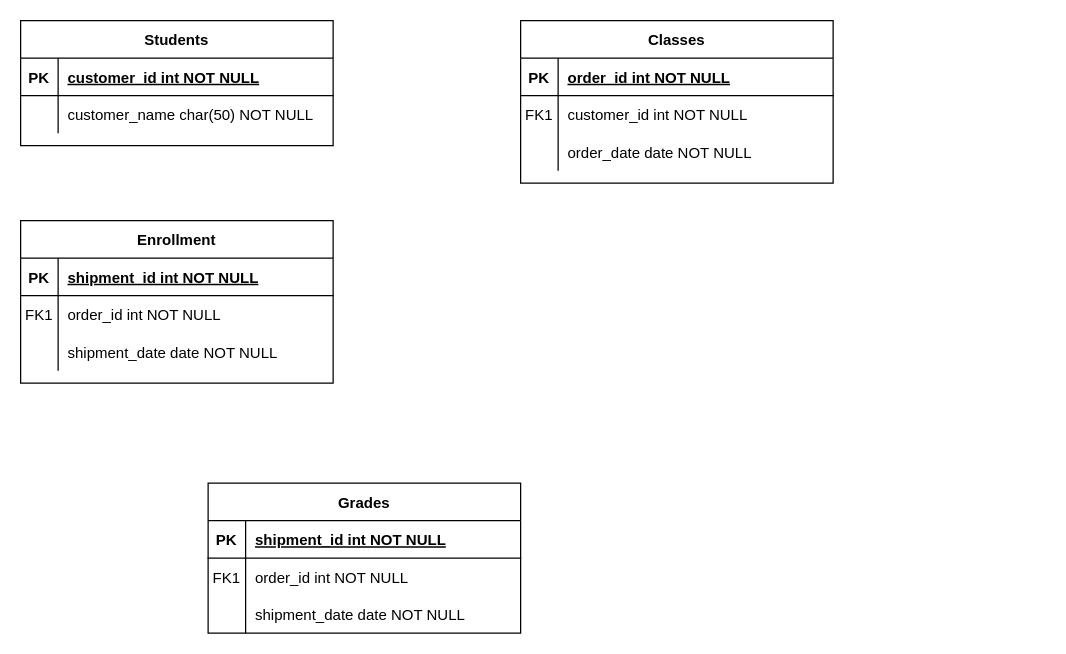
This is QA_Project_ERD.drawio from Christian-Sav/DevOps-Core-Fundamental-Projec, a draw.io file, before an edit. Source tidied: cells renumbered, new cells numbered last; positions are measured from the earlier drawing's top-left corner, leaving out a move shared by most shapes. Both pictures are drawn from the tidied source at 125%, with x=0, y=0 at pixel (20, 20).
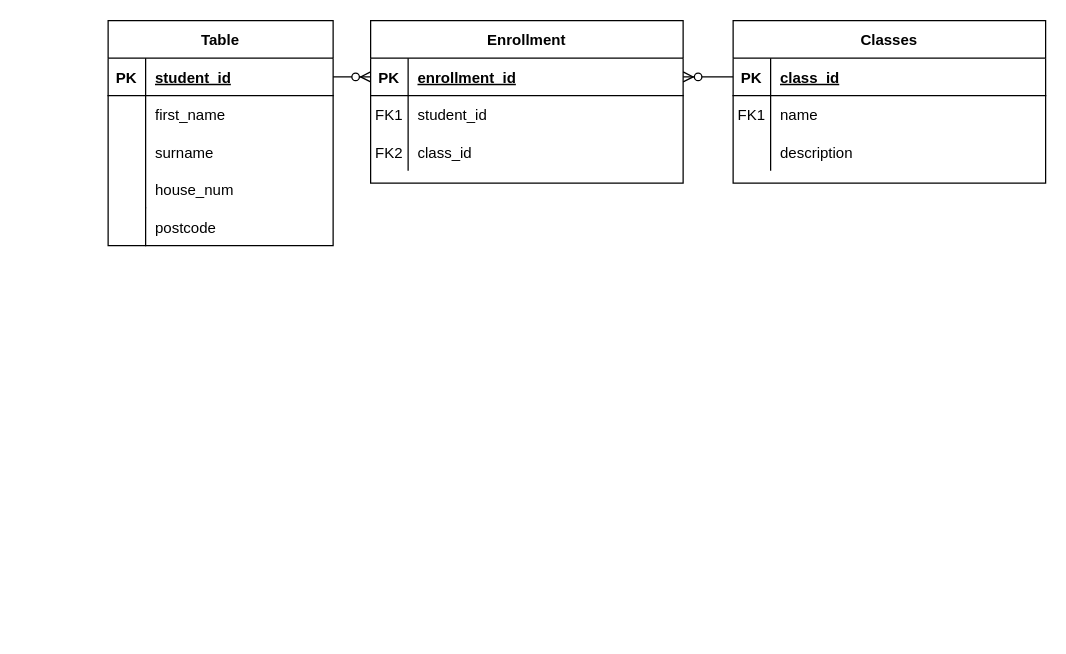
The same diagram, later.

Unchanged cells that the change refers to:
```xml
<mxCell id="3" style="shape=partialRectangle;fillColor=none;points=[[0,0.5],[1,0.5]];portConstraint=eastwest;top=0;left=0;right=0;bottom=1;" parent="2" vertex="1">
  <mxGeometry y="30" width="250" height="30" as="geometry" />
</mxCell>
<mxCell id="6" style="shape=partialRectangle;fillColor=none;top=0;left=0;right=0;bottom=0;" parent="2" vertex="1">
  <mxGeometry y="60" width="250" height="30" as="geometry" />
</mxCell>
<mxCell id="9" style="shape=partialRectangle;fillColor=none;top=0;left=0;right=0;bottom=0;" parent="2" vertex="1">
  <mxGeometry y="90" width="250" height="30" as="geometry" />
</mxCell>
<mxCell id="13" style="shape=partialRectangle;fillColor=none;points=[[0,0.5],[1,0.5]];portConstraint=eastwest;top=0;left=0;right=0;bottom=1;" parent="12" vertex="1">
  <mxGeometry y="30" width="250" height="30" as="geometry" />
</mxCell>
<mxCell id="16" style="shape=partialRectangle;fillColor=none;top=0;left=0;right=0;bottom=0;" parent="12" vertex="1">
  <mxGeometry y="60" width="250" height="30" as="geometry" />
</mxCell>
<mxCell id="19" style="shape=partialRectangle;fillColor=none;top=0;left=0;right=0;bottom=0;" parent="12" vertex="1">
  <mxGeometry y="90" width="250" height="30" as="geometry" />
</mxCell>
```

Change to the diagram source:
```diff
@@
     <mxCell id="2" value="Classes" style="shape=table;startSize=30;childLayout=tableLayout;rowLines=0;fontStyle=1;align=center;" parent="1" vertex="1">
-      <mxGeometry x="400" width="250" height="130" as="geometry" />
+      <mxGeometry x="570" width="250" height="130" as="geometry" />
     </mxCell>
@@
-    <mxCell id="5" value="order_id int NOT NULL " style="shape=partialRectangle;overflow=hidden;fillColor=none;top=0;left=0;bottom=0;right=0;align=left;spacingLeft=6;fontStyle=5;" parent="3" vertex="1">
+    <mxCell id="5" value="class_id" style="shape=partialRectangle;overflow=hidden;fillColor=none;top=0;left=0;bottom=0;right=0;align=left;spacingLeft=6;fontStyle=5;" parent="3" vertex="1">
       <mxGeometry x="30" width="220" height="30" as="geometry" />
     </mxCell>
@@
-    <mxCell id="8" value="customer_id int NOT NULL" style="shape=partialRectangle;overflow=hidden;fillColor=none;top=0;left=0;bottom=0;right=0;align=left;spacingLeft=6;" parent="6" vertex="1">
+    <mxCell id="8" value="name" style="shape=partialRectangle;overflow=hidden;fillColor=none;top=0;left=0;bottom=0;right=0;align=left;spacingLeft=6;" parent="6" vertex="1">
       <mxGeometry x="30" width="220" height="30" as="geometry" />
     </mxCell>
@@
-    <mxCell id="11" value="order_date date NOT NULL" style="shape=partialRectangle;overflow=hidden;fillColor=none;top=0;left=0;bottom=0;right=0;align=left;spacingLeft=6;" parent="9" vertex="1">
+    <mxCell id="11" value="description" style="shape=partialRectangle;overflow=hidden;fillColor=none;top=0;left=0;bottom=0;right=0;align=left;spacingLeft=6;" parent="9" vertex="1">
       <mxGeometry x="30" width="220" height="30" as="geometry" />
     </mxCell>
     <mxCell id="12" value="Enrollment" style="shape=table;startSize=30;childLayout=tableLayout;rowLines=0;fontStyle=1;align=center;" parent="1" vertex="1">
-      <mxGeometry y="160" width="250" height="130" as="geometry" />
+      <mxGeometry x="280" width="250" height="130" as="geometry" />
     </mxCell>
@@
-    <mxCell id="15" value="shipment_id int NOT NULL " style="shape=partialRectangle;overflow=hidden;fillColor=none;top=0;left=0;bottom=0;right=0;align=left;spacingLeft=6;fontStyle=5;" parent="13" vertex="1">
+    <mxCell id="15" value="enrollment_id" style="shape=partialRectangle;overflow=hidden;fillColor=none;top=0;left=0;bottom=0;right=0;align=left;spacingLeft=6;fontStyle=5;" parent="13" vertex="1">
       <mxGeometry x="30" width="220" height="30" as="geometry" />
     </mxCell>
@@
-    <mxCell id="18" value="order_id int NOT NULL" style="shape=partialRectangle;overflow=hidden;fillColor=none;top=0;left=0;bottom=0;right=0;align=left;spacingLeft=6;" parent="16" vertex="1">
+    <mxCell id="18" value="student_id" style="shape=partialRectangle;overflow=hidden;fillColor=none;top=0;left=0;bottom=0;right=0;align=left;spacingLeft=6;" parent="16" vertex="1">
       <mxGeometry x="30" width="220" height="30" as="geometry" />
     </mxCell>
@@
-    <mxCell id="20" style="shape=partialRectangle;overflow=hidden;fillColor=none;top=0;left=0;bottom=0;right=0;" parent="19" vertex="1">
+    <mxCell id="20" value="FK2" style="shape=partialRectangle;overflow=hidden;fillColor=none;top=0;left=0;bottom=0;right=0;" parent="19" vertex="1">
       <mxGeometry width="30" height="30" as="geometry" />
     </mxCell>
-    <mxCell id="21" value="shipment_date date NOT NULL" style="shape=partialRectangle;overflow=hidden;fillColor=none;top=0;left=0;bottom=0;right=0;align=left;spacingLeft=6;" parent="19" vertex="1">
+    <mxCell id="21" value="class_id" style="shape=partialRectangle;overflow=hidden;fillColor=none;top=0;left=0;bottom=0;right=0;align=left;spacingLeft=6;" parent="19" vertex="1">
       <mxGeometry x="30" width="220" height="30" as="geometry" />
     </mxCell>
-    <mxCell id="22" value="Students" style="shape=table;startSize=30;childLayout=tableLayout;rowLines=0;fontStyle=1;align=center;" parent="1" vertex="1">
-      <mxGeometry width="250" height="100" as="geometry" />
-    </mxCell>
-    <mxCell id="23" style="shape=partialRectangle;fillColor=none;top=0;left=0;right=0;bottom=1;" parent="22" vertex="1">
-      <mxGeometry y="30" width="250" height="30" as="geometry" />
-    </mxCell>
-    <mxCell id="24" value="PK" style="shape=partialRectangle;overflow=hidden;fillColor=none;top=0;left=0;bottom=0;right=0;fontStyle=1;" parent="23" vertex="1">
-      <mxGeometry width="30" height="30" as="geometry" />
-    </mxCell>
-    <mxCell id="25" value="customer_id int NOT NULL " style="shape=partialRectangle;overflow=hidden;fillColor=none;top=0;left=0;bottom=0;right=0;align=left;spacingLeft=6;fontStyle=5;" parent="23" vertex="1">
-      <mxGeometry x="30" width="220" height="30" as="geometry" />
-    </mxCell>
-    <mxCell id="26" style="shape=partialRectangle;fillColor=none;top=0;left=0;right=0;bottom=0;" parent="22" vertex="1">
-      <mxGeometry y="60" width="250" height="30" as="geometry" />
-    </mxCell>
-    <mxCell id="27" style="shape=partialRectangle;overflow=hidden;fillColor=none;top=0;left=0;bottom=0;right=0;" parent="26" vertex="1">
-      <mxGeometry width="30" height="30" as="geometry" />
-    </mxCell>
-    <mxCell id="28" value="customer_name char(50) NOT NULL" style="shape=partialRectangle;overflow=hidden;fillColor=none;top=0;left=0;bottom=0;right=0;align=left;spacingLeft=6;" parent="26" vertex="1">
-      <mxGeometry x="30" width="220" height="30" as="geometry" />
-    </mxCell>
-    <mxCell id="29" value="Grades" style="shape=table;startSize=30;childLayout=tableLayout;rowLines=0;fontStyle=1;align=center;" parent="1" vertex="1">
-      <mxGeometry x="150" y="370" width="250" height="120" as="geometry" />
-    </mxCell>
-    <mxCell id="30" style="shape=partialRectangle;fillColor=none;top=0;left=0;right=0;bottom=1;" parent="29" vertex="1">
-      <mxGeometry y="30" width="250" height="30" as="geometry" />
-    </mxCell>
-    <mxCell id="31" value="PK" style="shape=partialRectangle;overflow=hidden;fillColor=none;top=0;left=0;bottom=0;right=0;fontStyle=1;" parent="30" vertex="1">
-      <mxGeometry width="30" height="30" as="geometry" />
-    </mxCell>
-    <mxCell id="32" value="shipment_id int NOT NULL " style="shape=partialRectangle;overflow=hidden;fillColor=none;top=0;left=0;bottom=0;right=0;align=left;spacingLeft=6;fontStyle=5;" parent="30" vertex="1">
-      <mxGeometry x="30" width="220" height="30" as="geometry" />
-    </mxCell>
-    <mxCell id="33" style="shape=partialRectangle;fillColor=none;top=0;left=0;right=0;bottom=0;" parent="29" vertex="1">
-      <mxGeometry y="60" width="250" height="30" as="geometry" />
-    </mxCell>
-    <mxCell id="34" value="FK1" style="shape=partialRectangle;overflow=hidden;fillColor=none;top=0;left=0;bottom=0;right=0;" parent="33" vertex="1">
-      <mxGeometry width="30" height="30" as="geometry" />
-    </mxCell>
-    <mxCell id="35" value="order_id int NOT NULL" style="shape=partialRectangle;overflow=hidden;fillColor=none;top=0;left=0;bottom=0;right=0;align=left;spacingLeft=6;" parent="33" vertex="1">
-      <mxGeometry x="30" width="220" height="30" as="geometry" />
-    </mxCell>
-    <mxCell id="36" style="shape=partialRectangle;fillColor=none;top=0;left=0;right=0;bottom=0;" parent="29" vertex="1">
-      <mxGeometry y="90" width="250" height="30" as="geometry" />
-    </mxCell>
-    <mxCell id="37" style="shape=partialRectangle;overflow=hidden;fillColor=none;top=0;left=0;bottom=0;right=0;" parent="36" vertex="1">
-      <mxGeometry width="30" height="30" as="geometry" />
-    </mxCell>
-    <mxCell id="38" value="shipment_date date NOT NULL" style="shape=partialRectangle;overflow=hidden;fillColor=none;top=0;left=0;bottom=0;right=0;align=left;spacingLeft=6;" parent="36" vertex="1">
-      <mxGeometry x="30" width="220" height="30" as="geometry" />
-    </mxCell>
+    <mxCell id="39" style="shape=partialRectangle;overflow=hidden;fillColor=none;top=0;left=0;bottom=0;right=0;" parent="1" vertex="1">
+      <mxGeometry y="100" width="30" height="40" as="geometry" />
+    </mxCell>
+    <mxCell id="40" style="edgeStyle=entityRelationEdgeStyle;fontSize=12;html=1;endArrow=ERzeroToMany;endFill=1;rounded=0;exitX=1;exitY=0.5;exitDx=0;exitDy=0;entryX=0;entryY=0.5;entryDx=0;entryDy=0;" parent="1" edge="1" source="43" target="13">
+      <mxGeometry relative="1" as="geometry" />
+    </mxCell>
+    <mxCell id="41" style="edgeStyle=entityRelationEdgeStyle;fontSize=12;html=1;endArrow=ERzeroToMany;endFill=1;rounded=0;exitX=0;exitY=0.5;exitDx=0;exitDy=0;entryX=1;entryY=0.5;entryDx=0;entryDy=0;" parent="1" edge="1" source="3" target="13">
+      <mxGeometry relative="1" as="geometry" />
+    </mxCell>
+    <mxCell id="42" value="Table" style="shape=table;startSize=30;childLayout=tableLayout;rowLines=0;fontStyle=1;align=center;" parent="1" vertex="1">
+      <mxGeometry x="70" width="180" height="180" as="geometry" />
+    </mxCell>
+    <mxCell id="43" style="shape=tableRow;horizontal=0;startSize=0;swimlaneHead=0;swimlaneBody=0;fillColor=none;points=[[0,0.5],[1,0.5]];portConstraint=eastwest;top=0;left=0;right=0;bottom=1;" parent="42" vertex="1">
+      <mxGeometry y="30" width="180" height="30" as="geometry" />
+    </mxCell>
+    <mxCell id="44" value="PK" style="shape=partialRectangle;fillColor=none;top=0;left=0;bottom=0;right=0;fontStyle=1;overflow=hidden;" parent="43" vertex="1">
+      <mxGeometry width="30" height="30" as="geometry" />
+    </mxCell>
+    <mxCell id="45" value="student_id" style="shape=partialRectangle;fillColor=none;top=0;left=0;bottom=0;right=0;align=left;spacingLeft=6;fontStyle=5;overflow=hidden;" parent="43" vertex="1">
+      <mxGeometry x="30" width="150" height="30" as="geometry" />
+    </mxCell>
+    <mxCell id="46" style="shape=tableRow;horizontal=0;startSize=0;swimlaneHead=0;swimlaneBody=0;fillColor=none;top=0;left=0;right=0;bottom=0;" parent="42" vertex="1">
+      <mxGeometry y="60" width="180" height="30" as="geometry" />
+    </mxCell>
+    <mxCell id="47" style="shape=partialRectangle;fillColor=none;top=0;left=0;bottom=0;right=0;overflow=hidden;" parent="46" vertex="1">
+      <mxGeometry width="30" height="30" as="geometry" />
+    </mxCell>
+    <mxCell id="48" value="first_name" style="shape=partialRectangle;fillColor=none;top=0;left=0;bottom=0;right=0;align=left;spacingLeft=6;overflow=hidden;" parent="46" vertex="1">
+      <mxGeometry x="30" width="150" height="30" as="geometry" />
+    </mxCell>
+    <mxCell id="49" style="shape=tableRow;horizontal=0;startSize=0;swimlaneHead=0;swimlaneBody=0;fillColor=none;top=0;left=0;right=0;bottom=0;" parent="42" vertex="1">
+      <mxGeometry y="90" width="180" height="30" as="geometry" />
+    </mxCell>
+    <mxCell id="50" style="shape=partialRectangle;fillColor=none;top=0;left=0;bottom=0;right=0;overflow=hidden;" parent="49" vertex="1">
+      <mxGeometry width="30" height="30" as="geometry" />
+    </mxCell>
+    <mxCell id="51" value="surname" style="shape=partialRectangle;fillColor=none;top=0;left=0;bottom=0;right=0;align=left;spacingLeft=6;overflow=hidden;" parent="49" vertex="1">
+      <mxGeometry x="30" width="150" height="30" as="geometry" />
+    </mxCell>
+    <mxCell id="52" style="shape=tableRow;horizontal=0;startSize=0;swimlaneHead=0;swimlaneBody=0;fillColor=none;top=0;left=0;right=0;bottom=0;" parent="42" vertex="1">
+      <mxGeometry y="120" width="180" height="30" as="geometry" />
+    </mxCell>
+    <mxCell id="53" style="shape=partialRectangle;fillColor=none;top=0;left=0;bottom=0;right=0;overflow=hidden;" parent="52" vertex="1">
+      <mxGeometry width="30" height="30" as="geometry" />
+    </mxCell>
+    <mxCell id="54" value="house_num" style="shape=partialRectangle;fillColor=none;top=0;left=0;bottom=0;right=0;align=left;spacingLeft=6;overflow=hidden;" parent="52" vertex="1">
+      <mxGeometry x="30" width="150" height="30" as="geometry" />
+    </mxCell>
+    <mxCell id="55" style="shape=tableRow;horizontal=0;startSize=0;swimlaneHead=0;swimlaneBody=0;fillColor=none;top=0;left=0;right=0;bottom=0;swimlaneLine=1;" parent="1" vertex="1">
+      <mxGeometry x="70" y="150" width="180" height="30" as="geometry" />
+    </mxCell>
+    <mxCell id="56" style="shape=partialRectangle;fillColor=none;top=0;left=0;bottom=0;right=0;overflow=hidden;" parent="55" vertex="1">
+      <mxGeometry width="30" height="30" as="geometry" />
+    </mxCell>
+    <mxCell id="57" value="postcode" style="shape=partialRectangle;fillColor=none;top=0;left=1;bottom=0;right=0;align=left;spacingLeft=6;overflow=hidden;" parent="55" vertex="1">
+      <mxGeometry x="30" width="150" height="30" as="geometry" />
+    </mxCell>
```
